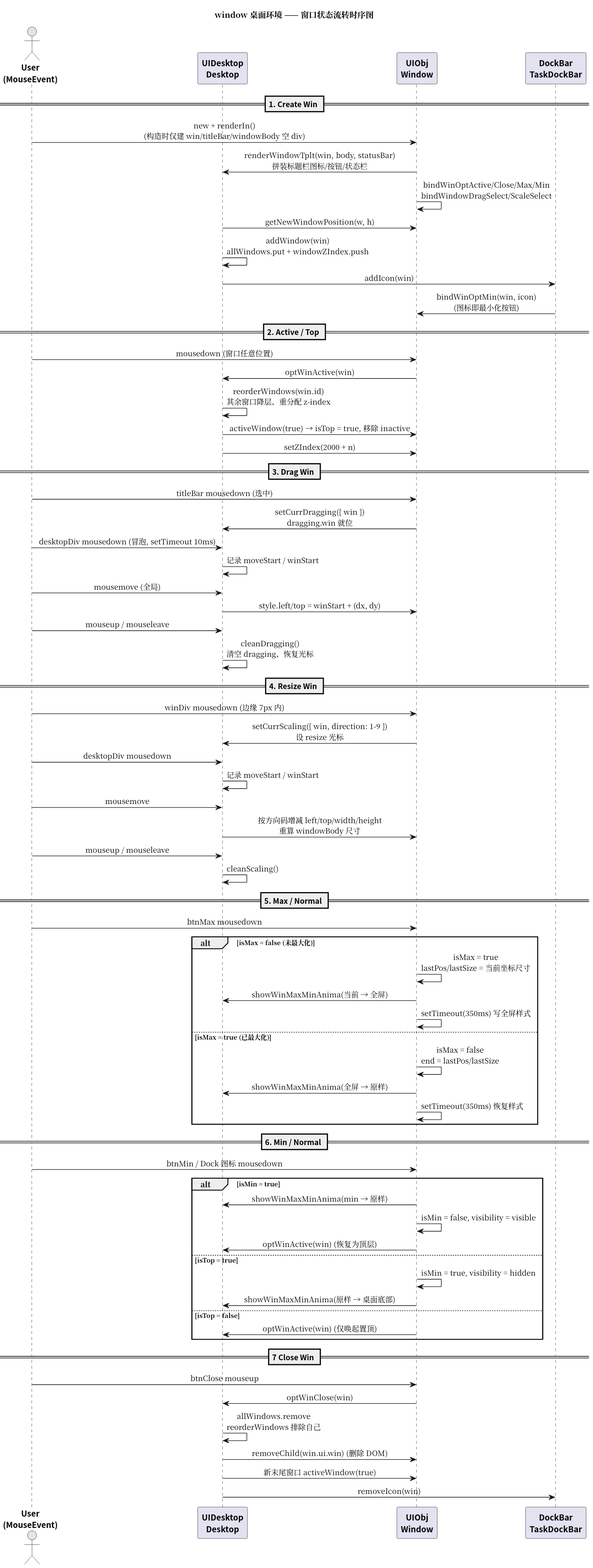
Above: docs/uml/out/ui-style-win98.svg in Jade-Shan/Jade-Javascript-utils (PlantUML), before the change.
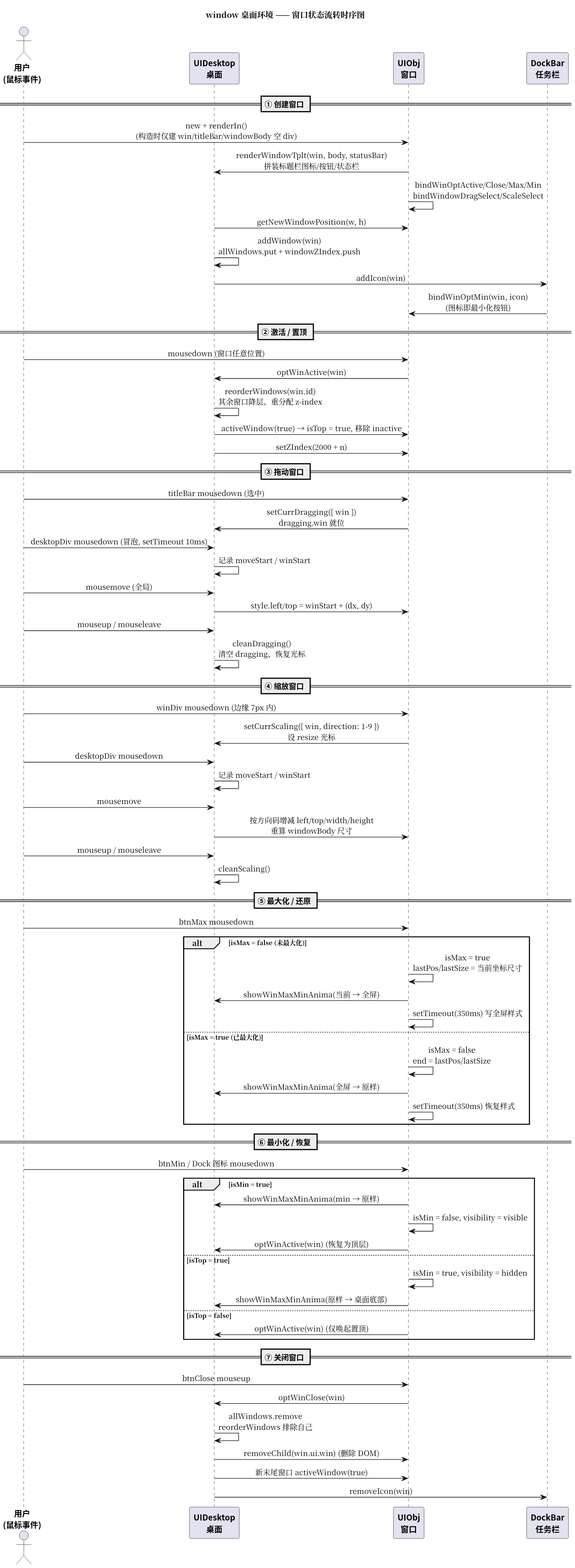
The same file after the commit.

The edit, as a diff of the source:
```diff
@@ -17,12 +17,12 @@
 skinparam sequenceDividerFontName "Noto Sans CJK SC"
 skinparam sequenceDividerFontStyle bold
 
-actor "User\n(MouseEvent)" as User
-participant "UIDesktop\nDesktop" as Desktop
-participant "UIObj\nWindow" as Win
-participant "DockBar\nTaskDockBar" as Dock
+actor "用户\n(鼠标事件)" as User
+participant "UIDesktop\n桌面" as Desktop
+participant "UIObj\n窗口" as Win
+participant "DockBar\n任务栏" as Dock
 
-== 1. Create Win ==
+== ① 创建窗口 ==
 User -> Win : new + renderIn()\n(构造时仅建 win/titleBar/windowBody 空 div)
 Win -> Desktop : renderWindowTplt(win, body, statusBar)\n拼装标题栏图标/按钮/状态栏
 Win -> Win : bindWinOptActive/Close/Max/Min\nbindWindowDragSelect/ScaleSelect
@@ -31,14 +31,14 @@
 Desktop -> Dock : addIcon(win)
 Dock -> Win : bindWinOptMin(win, icon)\n(图标即最小化按钮)
 
-== 2. Active / Top ==
+== ② 激活 / 置顶 ==
 User -> Win : mousedown (窗口任意位置)
 Win -> Desktop : optWinActive(win)
 Desktop -> Desktop : reorderWindows(win.id)\n其余窗口降层、重分配 z-index
 Desktop -> Win : activeWindow(true)  → isTop = true, 移除 inactive
 Desktop -> Win : setZIndex(2000 + n)
 
-== 3. Drag Win ==
+== ③ 拖动窗口 ==
 User -> Win : titleBar mousedown (选中)
 Win -> Desktop : setCurrDragging({ win })\ndragging.win 就位
 User -> Desktop : desktopDiv mousedown (冒泡, setTimeout 10ms)
@@ -48,7 +48,7 @@
 User -> Desktop : mouseup / mouseleave
 Desktop -> Desktop : cleanDragging()\n清空 dragging、恢复光标
 
-== 4. Resize Win ==
+== ④ 缩放窗口 ==
 User -> Win : winDiv mousedown (边缘 7px 内)
 Win -> Desktop : setCurrScaling({ win, direction: 1-9 })\n设 resize 光标
 User -> Desktop : desktopDiv mousedown
@@ -58,7 +58,7 @@
 User -> Desktop : mouseup / mouseleave
 Desktop -> Desktop : cleanScaling()
 
-== 5. Max / Normal ==
+== ⑤ 最大化 / 还原 ==
 User -> Win : btnMax mousedown
 alt isMax = false (未最大化)
   Win -> Win : isMax = true\nlastPos/lastSize = 当前坐标尺寸
@@ -70,7 +70,7 @@
   Win -> Win : setTimeout(350ms) 恢复样式
 end
 
-== 6. Min / Normal ==
+== ⑥ 最小化 / 恢复 ==
 User -> Win : btnMin / Dock 图标 mousedown
 alt isMin = true
   Win -> Desktop : showWinMaxMinAnima(min → 原样)
@@ -83,7 +83,7 @@
   Win -> Desktop : optWinActive(win) (仅唤起置顶)
 end
 
-== 7 Close Win ==
+== ⑦ 关闭窗口 ==
 User -> Win : btnClose mouseup
 Win -> Desktop : optWinClose(win)
 Desktop -> Desktop : allWindows.remove\nreorderWindows 排除自己
```
